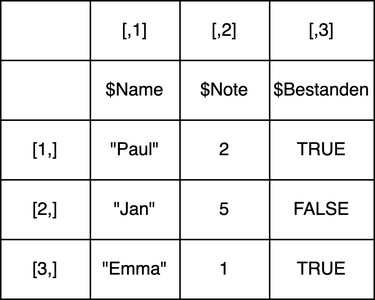
Earlier version of the draw.io export docs/images/dataframe.png (lipogg/textanalyse-mit-r). Source tidied: cells renumbered, new cells last; positions are measured from the earlier drawing's top-left corner, leaving out a move shared by most shapes. The source it was exported from:
```xml
<mxGraphModel>
  <root>
    <mxCell id="0" />
    <mxCell id="1" parent="0" />
    <mxCell id="2" style="shape=table;startSize=0;" parent="1" vertex="1">
      <mxGeometry width="250" height="200" as="geometry" />
    </mxCell>
    <mxCell id="3" style="shape=tableRow;horizontal=0;startSize=0;swimlaneHead=0;swimlaneBody=0;strokeColor=inherit;top=0;left=0;bottom=0;right=0;fillColor=none;" parent="2" vertex="1">
      <mxGeometry width="250" height="40" as="geometry" />
    </mxCell>
    <mxCell id="4" style="shape=partialRectangle;html=1;whiteSpace=wrap;strokeColor=inherit;overflow=hidden;fillColor=none;top=0;left=0;bottom=0;right=0;" parent="3" vertex="1">
      <mxGeometry width="60" height="40" as="geometry" />
    </mxCell>
    <mxCell id="5" value="[,1]" style="shape=partialRectangle;html=1;whiteSpace=wrap;strokeColor=inherit;overflow=hidden;fillColor=none;top=0;left=0;bottom=0;right=0;" parent="3" vertex="1">
      <mxGeometry x="60" width="60" height="40" as="geometry" />
    </mxCell>
    <mxCell id="6" value="[,2]" style="shape=partialRectangle;html=1;whiteSpace=wrap;strokeColor=inherit;overflow=hidden;fillColor=none;top=0;left=0;bottom=0;right=0;" parent="3" vertex="1">
      <mxGeometry x="120" width="60" height="40" as="geometry" />
    </mxCell>
    <mxCell id="7" value="[,3]" style="shape=partialRectangle;html=1;whiteSpace=wrap;strokeColor=inherit;overflow=hidden;fillColor=none;top=0;left=0;bottom=0;right=0;" parent="3" vertex="1">
      <mxGeometry x="180" width="70" height="40" as="geometry" />
    </mxCell>
    <mxCell id="8" style="shape=tableRow;horizontal=0;startSize=0;swimlaneHead=0;swimlaneBody=0;strokeColor=inherit;top=0;left=0;bottom=0;right=0;fillColor=none;" parent="2" vertex="1">
      <mxGeometry y="40" width="250" height="40" as="geometry" />
    </mxCell>
    <mxCell id="9" style="shape=partialRectangle;html=1;whiteSpace=wrap;strokeColor=inherit;overflow=hidden;fillColor=none;top=0;left=0;bottom=0;right=0;" parent="8" vertex="1">
      <mxGeometry width="60" height="40" as="geometry" />
    </mxCell>
    <mxCell id="10" value="$Name" style="shape=partialRectangle;html=1;whiteSpace=wrap;strokeColor=inherit;overflow=hidden;fillColor=none;top=0;left=0;bottom=0;right=0;" parent="8" vertex="1">
      <mxGeometry x="60" width="60" height="40" as="geometry" />
    </mxCell>
    <mxCell id="11" value="$Note" style="shape=partialRectangle;html=1;whiteSpace=wrap;strokeColor=inherit;overflow=hidden;fillColor=none;top=0;left=0;bottom=0;right=0;" parent="8" vertex="1">
      <mxGeometry x="120" width="60" height="40" as="geometry" />
    </mxCell>
    <mxCell id="12" value="$Bestanden" style="shape=partialRectangle;html=1;whiteSpace=wrap;strokeColor=inherit;overflow=hidden;fillColor=none;top=0;left=0;bottom=0;right=0;" parent="8" vertex="1">
      <mxGeometry x="180" width="70" height="40" as="geometry" />
    </mxCell>
    <mxCell id="13" style="shape=tableRow;horizontal=0;startSize=0;swimlaneHead=0;swimlaneBody=0;strokeColor=inherit;top=0;left=0;bottom=0;right=0;fillColor=none;" parent="2" vertex="1">
      <mxGeometry y="80" width="250" height="40" as="geometry" />
    </mxCell>
    <mxCell id="14" value="[1,]" style="shape=partialRectangle;html=1;whiteSpace=wrap;strokeColor=inherit;overflow=hidden;fillColor=none;top=0;left=0;bottom=0;right=0;" parent="13" vertex="1">
      <mxGeometry width="60" height="40" as="geometry" />
    </mxCell>
    <mxCell id="15" value="&quot;Paul&quot;" style="shape=partialRectangle;html=1;whiteSpace=wrap;strokeColor=inherit;overflow=hidden;fillColor=none;top=0;left=0;bottom=0;right=0;" parent="13" vertex="1">
      <mxGeometry x="60" width="60" height="40" as="geometry" />
    </mxCell>
    <mxCell id="16" value="2" style="shape=partialRectangle;html=1;whiteSpace=wrap;strokeColor=inherit;overflow=hidden;fillColor=none;top=0;left=0;bottom=0;right=0;" parent="13" vertex="1">
      <mxGeometry x="120" width="60" height="40" as="geometry" />
    </mxCell>
    <mxCell id="17" value="TRUE" style="shape=partialRectangle;html=1;whiteSpace=wrap;strokeColor=inherit;overflow=hidden;fillColor=none;top=0;left=0;bottom=0;right=0;" parent="13" vertex="1">
      <mxGeometry x="180" width="70" height="40" as="geometry" />
    </mxCell>
    <mxCell id="18" style="shape=tableRow;horizontal=0;startSize=0;swimlaneHead=0;swimlaneBody=0;strokeColor=inherit;top=0;left=0;bottom=0;right=0;fillColor=none;" parent="2" vertex="1">
      <mxGeometry y="120" width="250" height="40" as="geometry" />
    </mxCell>
    <mxCell id="19" value="[2,]" style="shape=partialRectangle;html=1;whiteSpace=wrap;strokeColor=inherit;overflow=hidden;fillColor=none;top=0;left=0;bottom=0;right=0;" parent="18" vertex="1">
      <mxGeometry width="60" height="40" as="geometry" />
    </mxCell>
    <mxCell id="20" value="&quot;Jan&quot;" style="shape=partialRectangle;html=1;whiteSpace=wrap;strokeColor=inherit;overflow=hidden;fillColor=none;top=0;left=0;bottom=0;right=0;" parent="18" vertex="1">
      <mxGeometry x="60" width="60" height="40" as="geometry" />
    </mxCell>
    <mxCell id="21" value="5" style="shape=partialRectangle;html=1;whiteSpace=wrap;strokeColor=inherit;overflow=hidden;fillColor=none;top=0;left=0;bottom=0;right=0;" parent="18" vertex="1">
      <mxGeometry x="120" width="60" height="40" as="geometry" />
    </mxCell>
    <mxCell id="22" value="FALSE" style="shape=partialRectangle;html=1;whiteSpace=wrap;strokeColor=inherit;overflow=hidden;fillColor=none;top=0;left=0;bottom=0;right=0;" parent="18" vertex="1">
      <mxGeometry x="180" width="70" height="40" as="geometry" />
    </mxCell>
    <mxCell id="23" style="shape=tableRow;horizontal=0;startSize=0;swimlaneHead=0;swimlaneBody=0;strokeColor=inherit;top=0;left=0;bottom=0;right=0;fillColor=none;" parent="2" vertex="1">
      <mxGeometry y="160" width="250" height="40" as="geometry" />
    </mxCell>
    <mxCell id="24" value="[3,]" style="shape=partialRectangle;html=1;whiteSpace=wrap;strokeColor=inherit;overflow=hidden;fillColor=none;top=0;left=0;bottom=0;right=0;" parent="23" vertex="1">
      <mxGeometry width="60" height="40" as="geometry" />
    </mxCell>
    <mxCell id="25" value="&quot;Emma&quot;" style="shape=partialRectangle;html=1;whiteSpace=wrap;strokeColor=inherit;overflow=hidden;fillColor=none;top=0;left=0;bottom=0;right=0;" parent="23" vertex="1">
      <mxGeometry x="60" width="60" height="40" as="geometry" />
    </mxCell>
    <mxCell id="26" value="1" style="shape=partialRectangle;html=1;whiteSpace=wrap;strokeColor=inherit;overflow=hidden;fillColor=none;top=0;left=0;bottom=0;right=0;" parent="23" vertex="1">
      <mxGeometry x="120" width="60" height="40" as="geometry" />
    </mxCell>
    <mxCell id="27" value="TRUE" style="shape=partialRectangle;html=1;whiteSpace=wrap;strokeColor=inherit;overflow=hidden;fillColor=none;top=0;left=0;bottom=0;right=0;" parent="23" vertex="1">
      <mxGeometry x="180" width="70" height="40" as="geometry" />
    </mxCell>
  </root>
</mxGraphModel>
```
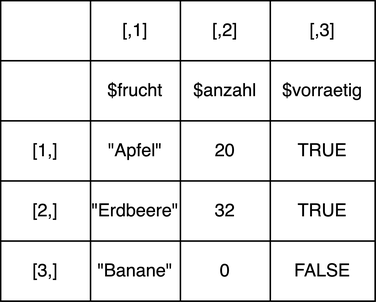
Later version of the same file.

What changed in the source:
```diff
@@ -2,15 +2,15 @@
   <root>
     <mxCell id="0" />
     <mxCell id="1" parent="0" />
-    <mxCell id="2" style="shape=table;startSize=0;" parent="1" vertex="1">
-      <mxGeometry width="250" height="200" as="geometry" />
-    </mxCell>
+    <mxCell id="28" style="shape=table;startSize=0;" parent="1" vertex="1">
+      <mxGeometry x="50" y="260" width="250" height="200" as="geometry" />
+    </mxCell>
-    <mxCell id="3" style="shape=tableRow;horizontal=0;startSize=0;swimlaneHead=0;swimlaneBody=0;strokeColor=inherit;top=0;left=0;bottom=0;right=0;fillColor=none;" parent="2" vertex="1">
+    <mxCell id="3" style="shape=tableRow;horizontal=0;startSize=0;swimlaneHead=0;swimlaneBody=0;strokeColor=inherit;top=0;left=0;bottom=0;right=0;fillColor=none;" parent="28" vertex="1">
       <mxGeometry width="250" height="40" as="geometry" />
     </mxCell>
-    <mxCell id="4" style="shape=partialRectangle;html=1;whiteSpace=wrap;strokeColor=inherit;overflow=hidden;fillColor=none;top=0;left=0;bottom=0;right=0;" parent="3" vertex="1">
-      <mxGeometry width="60" height="40" as="geometry" />
-    </mxCell>
+    <mxCell id="29" style="shape=partialRectangle;html=1;whiteSpace=wrap;strokeColor=inherit;overflow=hidden;fillColor=none;top=0;left=0;bottom=0;right=0;" parent="3" vertex="1">
+      <mxGeometry width="60" height="40" as="geometry" />
+    </mxCell>
     <mxCell id="5" value="[,1]" style="shape=partialRectangle;html=1;whiteSpace=wrap;strokeColor=inherit;overflow=hidden;fillColor=none;top=0;left=0;bottom=0;right=0;" parent="3" vertex="1">
       <mxGeometry x="60" width="60" height="40" as="geometry" />
     </mxCell>
@@ -20,65 +20,65 @@
     <mxCell id="7" value="[,3]" style="shape=partialRectangle;html=1;whiteSpace=wrap;strokeColor=inherit;overflow=hidden;fillColor=none;top=0;left=0;bottom=0;right=0;" parent="3" vertex="1">
       <mxGeometry x="180" width="70" height="40" as="geometry" />
     </mxCell>
-    <mxCell id="8" style="shape=tableRow;horizontal=0;startSize=0;swimlaneHead=0;swimlaneBody=0;strokeColor=inherit;top=0;left=0;bottom=0;right=0;fillColor=none;" parent="2" vertex="1">
+    <mxCell id="8" style="shape=tableRow;horizontal=0;startSize=0;swimlaneHead=0;swimlaneBody=0;strokeColor=inherit;top=0;left=0;bottom=0;right=0;fillColor=none;" parent="28" vertex="1">
       <mxGeometry y="40" width="250" height="40" as="geometry" />
     </mxCell>
-    <mxCell id="9" style="shape=partialRectangle;html=1;whiteSpace=wrap;strokeColor=inherit;overflow=hidden;fillColor=none;top=0;left=0;bottom=0;right=0;" parent="8" vertex="1">
-      <mxGeometry width="60" height="40" as="geometry" />
-    </mxCell>
-    <mxCell id="10" value="$Name" style="shape=partialRectangle;html=1;whiteSpace=wrap;strokeColor=inherit;overflow=hidden;fillColor=none;top=0;left=0;bottom=0;right=0;" parent="8" vertex="1">
-      <mxGeometry x="60" width="60" height="40" as="geometry" />
-    </mxCell>
-    <mxCell id="11" value="$Note" style="shape=partialRectangle;html=1;whiteSpace=wrap;strokeColor=inherit;overflow=hidden;fillColor=none;top=0;left=0;bottom=0;right=0;" parent="8" vertex="1">
-      <mxGeometry x="120" width="60" height="40" as="geometry" />
-    </mxCell>
-    <mxCell id="12" value="$Bestanden" style="shape=partialRectangle;html=1;whiteSpace=wrap;strokeColor=inherit;overflow=hidden;fillColor=none;top=0;left=0;bottom=0;right=0;" parent="8" vertex="1">
-      <mxGeometry x="180" width="70" height="40" as="geometry" />
-    </mxCell>
+    <mxCell id="30" style="shape=partialRectangle;html=1;whiteSpace=wrap;strokeColor=inherit;overflow=hidden;fillColor=none;top=0;left=0;bottom=0;right=0;" parent="8" vertex="1">
+      <mxGeometry width="60" height="40" as="geometry" />
+    </mxCell>
+    <mxCell id="31" value="$frucht" style="shape=partialRectangle;html=1;whiteSpace=wrap;strokeColor=inherit;overflow=hidden;fillColor=none;top=0;left=0;bottom=0;right=0;" parent="8" vertex="1">
+      <mxGeometry x="60" width="60" height="40" as="geometry" />
+    </mxCell>
+    <mxCell id="32" value="$anzahl" style="shape=partialRectangle;html=1;whiteSpace=wrap;strokeColor=inherit;overflow=hidden;fillColor=none;top=0;left=0;bottom=0;right=0;" parent="8" vertex="1">
+      <mxGeometry x="120" width="60" height="40" as="geometry" />
+    </mxCell>
+    <mxCell id="33" value="$vorraetig" style="shape=partialRectangle;html=1;whiteSpace=wrap;strokeColor=inherit;overflow=hidden;fillColor=none;top=0;left=0;bottom=0;right=0;" parent="8" vertex="1">
+      <mxGeometry x="180" width="70" height="40" as="geometry" />
+    </mxCell>
-    <mxCell id="13" style="shape=tableRow;horizontal=0;startSize=0;swimlaneHead=0;swimlaneBody=0;strokeColor=inherit;top=0;left=0;bottom=0;right=0;fillColor=none;" parent="2" vertex="1">
+    <mxCell id="13" style="shape=tableRow;horizontal=0;startSize=0;swimlaneHead=0;swimlaneBody=0;strokeColor=inherit;top=0;left=0;bottom=0;right=0;fillColor=none;" parent="28" vertex="1">
       <mxGeometry y="80" width="250" height="40" as="geometry" />
     </mxCell>
     <mxCell id="14" value="[1,]" style="shape=partialRectangle;html=1;whiteSpace=wrap;strokeColor=inherit;overflow=hidden;fillColor=none;top=0;left=0;bottom=0;right=0;" parent="13" vertex="1">
       <mxGeometry width="60" height="40" as="geometry" />
     </mxCell>
-    <mxCell id="15" value="&quot;Paul&quot;" style="shape=partialRectangle;html=1;whiteSpace=wrap;strokeColor=inherit;overflow=hidden;fillColor=none;top=0;left=0;bottom=0;right=0;" parent="13" vertex="1">
-      <mxGeometry x="60" width="60" height="40" as="geometry" />
-    </mxCell>
-    <mxCell id="16" value="2" style="shape=partialRectangle;html=1;whiteSpace=wrap;strokeColor=inherit;overflow=hidden;fillColor=none;top=0;left=0;bottom=0;right=0;" parent="13" vertex="1">
-      <mxGeometry x="120" width="60" height="40" as="geometry" />
-    </mxCell>
-    <mxCell id="17" value="TRUE" style="shape=partialRectangle;html=1;whiteSpace=wrap;strokeColor=inherit;overflow=hidden;fillColor=none;top=0;left=0;bottom=0;right=0;" parent="13" vertex="1">
-      <mxGeometry x="180" width="70" height="40" as="geometry" />
-    </mxCell>
+    <mxCell id="34" value="&quot;Apfel&quot;" style="shape=partialRectangle;html=1;whiteSpace=wrap;strokeColor=inherit;overflow=hidden;fillColor=none;top=0;left=0;bottom=0;right=0;" parent="13" vertex="1">
+      <mxGeometry x="60" width="60" height="40" as="geometry" />
+    </mxCell>
+    <mxCell id="35" value="20" style="shape=partialRectangle;html=1;whiteSpace=wrap;strokeColor=inherit;overflow=hidden;fillColor=none;top=0;left=0;bottom=0;right=0;" parent="13" vertex="1">
+      <mxGeometry x="120" width="60" height="40" as="geometry" />
+    </mxCell>
+    <mxCell id="36" value="TRUE" style="shape=partialRectangle;html=1;whiteSpace=wrap;strokeColor=inherit;overflow=hidden;fillColor=none;top=0;left=0;bottom=0;right=0;" parent="13" vertex="1">
+      <mxGeometry x="180" width="70" height="40" as="geometry" />
+    </mxCell>
-    <mxCell id="18" style="shape=tableRow;horizontal=0;startSize=0;swimlaneHead=0;swimlaneBody=0;strokeColor=inherit;top=0;left=0;bottom=0;right=0;fillColor=none;" parent="2" vertex="1">
+    <mxCell id="18" style="shape=tableRow;horizontal=0;startSize=0;swimlaneHead=0;swimlaneBody=0;strokeColor=inherit;top=0;left=0;bottom=0;right=0;fillColor=none;" parent="28" vertex="1">
       <mxGeometry y="120" width="250" height="40" as="geometry" />
     </mxCell>
     <mxCell id="19" value="[2,]" style="shape=partialRectangle;html=1;whiteSpace=wrap;strokeColor=inherit;overflow=hidden;fillColor=none;top=0;left=0;bottom=0;right=0;" parent="18" vertex="1">
       <mxGeometry width="60" height="40" as="geometry" />
     </mxCell>
-    <mxCell id="20" value="&quot;Jan&quot;" style="shape=partialRectangle;html=1;whiteSpace=wrap;strokeColor=inherit;overflow=hidden;fillColor=none;top=0;left=0;bottom=0;right=0;" parent="18" vertex="1">
-      <mxGeometry x="60" width="60" height="40" as="geometry" />
-    </mxCell>
-    <mxCell id="21" value="5" style="shape=partialRectangle;html=1;whiteSpace=wrap;strokeColor=inherit;overflow=hidden;fillColor=none;top=0;left=0;bottom=0;right=0;" parent="18" vertex="1">
-      <mxGeometry x="120" width="60" height="40" as="geometry" />
-    </mxCell>
-    <mxCell id="22" value="FALSE" style="shape=partialRectangle;html=1;whiteSpace=wrap;strokeColor=inherit;overflow=hidden;fillColor=none;top=0;left=0;bottom=0;right=0;" parent="18" vertex="1">
-      <mxGeometry x="180" width="70" height="40" as="geometry" />
-    </mxCell>
+    <mxCell id="37" value="&quot;Erdbeere&quot;" style="shape=partialRectangle;html=1;whiteSpace=wrap;strokeColor=inherit;overflow=hidden;fillColor=none;top=0;left=0;bottom=0;right=0;" parent="18" vertex="1">
+      <mxGeometry x="60" width="60" height="40" as="geometry" />
+    </mxCell>
+    <mxCell id="38" value="32" style="shape=partialRectangle;html=1;whiteSpace=wrap;strokeColor=inherit;overflow=hidden;fillColor=none;top=0;left=0;bottom=0;right=0;" parent="18" vertex="1">
+      <mxGeometry x="120" width="60" height="40" as="geometry" />
+    </mxCell>
+    <mxCell id="39" value="TRUE" style="shape=partialRectangle;html=1;whiteSpace=wrap;strokeColor=inherit;overflow=hidden;fillColor=none;top=0;left=0;bottom=0;right=0;" parent="18" vertex="1">
+      <mxGeometry x="180" width="70" height="40" as="geometry" />
+    </mxCell>
-    <mxCell id="23" style="shape=tableRow;horizontal=0;startSize=0;swimlaneHead=0;swimlaneBody=0;strokeColor=inherit;top=0;left=0;bottom=0;right=0;fillColor=none;" parent="2" vertex="1">
+    <mxCell id="23" style="shape=tableRow;horizontal=0;startSize=0;swimlaneHead=0;swimlaneBody=0;strokeColor=inherit;top=0;left=0;bottom=0;right=0;fillColor=none;" parent="28" vertex="1">
       <mxGeometry y="160" width="250" height="40" as="geometry" />
     </mxCell>
     <mxCell id="24" value="[3,]" style="shape=partialRectangle;html=1;whiteSpace=wrap;strokeColor=inherit;overflow=hidden;fillColor=none;top=0;left=0;bottom=0;right=0;" parent="23" vertex="1">
       <mxGeometry width="60" height="40" as="geometry" />
     </mxCell>
-    <mxCell id="25" value="&quot;Emma&quot;" style="shape=partialRectangle;html=1;whiteSpace=wrap;strokeColor=inherit;overflow=hidden;fillColor=none;top=0;left=0;bottom=0;right=0;" parent="23" vertex="1">
-      <mxGeometry x="60" width="60" height="40" as="geometry" />
-    </mxCell>
-    <mxCell id="26" value="1" style="shape=partialRectangle;html=1;whiteSpace=wrap;strokeColor=inherit;overflow=hidden;fillColor=none;top=0;left=0;bottom=0;right=0;" parent="23" vertex="1">
-      <mxGeometry x="120" width="60" height="40" as="geometry" />
-    </mxCell>
-    <mxCell id="27" value="TRUE" style="shape=partialRectangle;html=1;whiteSpace=wrap;strokeColor=inherit;overflow=hidden;fillColor=none;top=0;left=0;bottom=0;right=0;" parent="23" vertex="1">
-      <mxGeometry x="180" width="70" height="40" as="geometry" />
-    </mxCell>
+    <mxCell id="40" value="&quot;Banane&quot;" style="shape=partialRectangle;html=1;whiteSpace=wrap;strokeColor=inherit;overflow=hidden;fillColor=none;top=0;left=0;bottom=0;right=0;" parent="23" vertex="1">
+      <mxGeometry x="60" width="60" height="40" as="geometry" />
+    </mxCell>
+    <mxCell id="41" value="0" style="shape=partialRectangle;html=1;whiteSpace=wrap;strokeColor=inherit;overflow=hidden;fillColor=none;top=0;left=0;bottom=0;right=0;" parent="23" vertex="1">
+      <mxGeometry x="120" width="60" height="40" as="geometry" />
+    </mxCell>
+    <mxCell id="22" value="FALSE" style="shape=partialRectangle;html=1;whiteSpace=wrap;strokeColor=inherit;overflow=hidden;fillColor=none;top=0;left=0;bottom=0;right=0;" parent="23" vertex="1">
+      <mxGeometry x="180" width="70" height="40" as="geometry" />
+    </mxCell>
   </root>
 </mxGraphModel>
```
